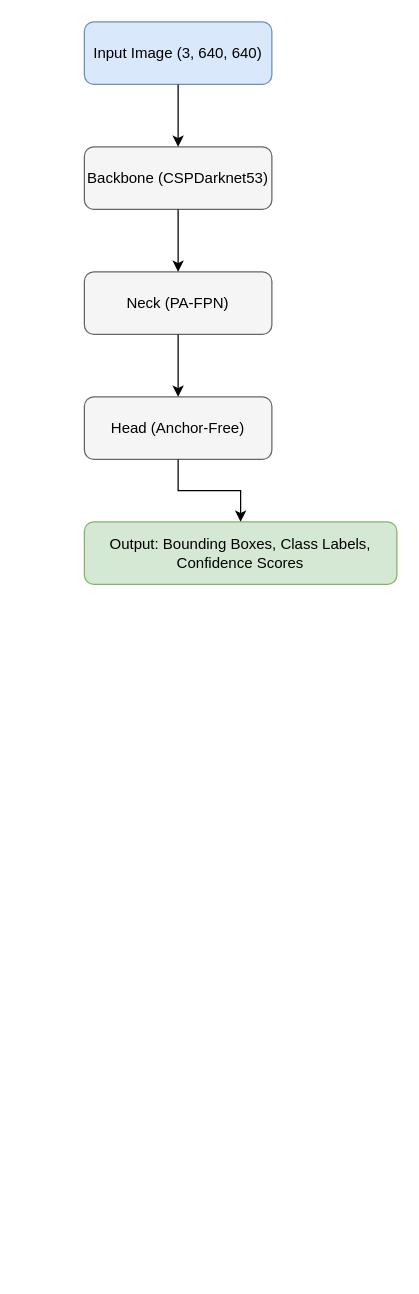
Above: YOLOv8.drawio in Mr-Blue-1/d-bule (draw.io), before the change. Source tidied: cells renumbered, new cells numbered last; positions are measured from the earlier drawing's top-left corner, leaving out a move shared by most shapes. Both pictures are drawn from the tidied source at 125%, with x=0, y=0 at pixel (84, 21).
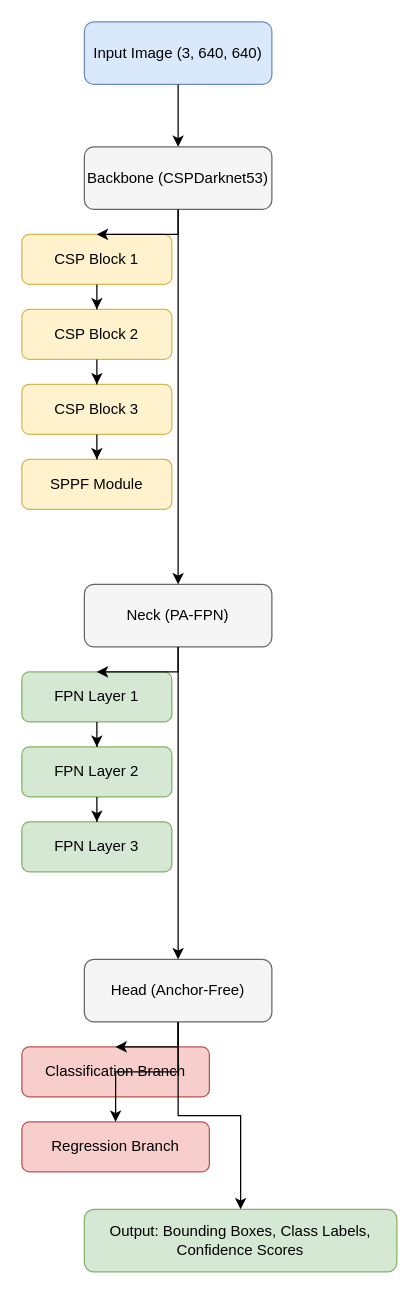
Above is the later version.

The change refers to these unchanged cells:
```xml
<mxCell id="3" value="Backbone (CSPDarknet53)" style="rounded=1;whiteSpace=wrap;html=1;fillColor=#f5f5f5;strokeColor=#666666;" parent="1" vertex="1">
  <mxGeometry y="100" width="150" height="50" as="geometry" />
</mxCell>
```

What changed in the source:
```diff
@@
+    <mxCell id="11" value="CSP Block 1" style="rounded=1;whiteSpace=wrap;html=1;fillColor=#fff2cc;strokeColor=#d6b656;" parent="1" vertex="1">
+      <mxGeometry x="-50" y="170" width="120" height="40" as="geometry" />
+    </mxCell>
+    <mxCell id="12" value="CSP Block 2" style="rounded=1;whiteSpace=wrap;html=1;fillColor=#fff2cc;strokeColor=#d6b656;" parent="1" vertex="1">
+      <mxGeometry x="-50" y="230" width="120" height="40" as="geometry" />
+    </mxCell>
+    <mxCell id="13" value="CSP Block 3" style="rounded=1;whiteSpace=wrap;html=1;fillColor=#fff2cc;strokeColor=#d6b656;" parent="1" vertex="1">
+      <mxGeometry x="-50" y="290" width="120" height="40" as="geometry" />
+    </mxCell>
+    <mxCell id="14" value="SPPF Module" style="rounded=1;whiteSpace=wrap;html=1;fillColor=#fff2cc;strokeColor=#d6b656;" parent="1" vertex="1">
+      <mxGeometry x="-50" y="350" width="120" height="40" as="geometry" />
+    </mxCell>
     <mxCell id="4" value="Neck (PA-FPN)" style="rounded=1;whiteSpace=wrap;html=1;fillColor=#f5f5f5;strokeColor=#666666;" parent="1" vertex="1">
-      <mxGeometry y="200" width="150" height="50" as="geometry" />
+      <mxGeometry y="450" width="150" height="50" as="geometry" />
     </mxCell>
+    <mxCell id="15" value="FPN Layer 1" style="rounded=1;whiteSpace=wrap;html=1;fillColor=#d5e8d4;strokeColor=#82b366;" parent="1" vertex="1">
+      <mxGeometry x="-50" y="520" width="120" height="40" as="geometry" />
+    </mxCell>
+    <mxCell id="16" value="FPN Layer 2" style="rounded=1;whiteSpace=wrap;html=1;fillColor=#d5e8d4;strokeColor=#82b366;" parent="1" vertex="1">
+      <mxGeometry x="-50" y="580" width="120" height="40" as="geometry" />
+    </mxCell>
+    <mxCell id="17" value="FPN Layer 3" style="rounded=1;whiteSpace=wrap;html=1;fillColor=#d5e8d4;strokeColor=#82b366;" parent="1" vertex="1">
+      <mxGeometry x="-50" y="640" width="120" height="40" as="geometry" />
+    </mxCell>
     <mxCell id="5" value="Head (Anchor-Free)" style="rounded=1;whiteSpace=wrap;html=1;fillColor=#f5f5f5;strokeColor=#666666;" parent="1" vertex="1">
-      <mxGeometry y="300" width="150" height="50" as="geometry" />
+      <mxGeometry y="750" width="150" height="50" as="geometry" />
     </mxCell>
+    <mxCell id="18" value="Classification Branch" style="rounded=1;whiteSpace=wrap;html=1;fillColor=#f8cecc;strokeColor=#b85450;" parent="1" vertex="1">
+      <mxGeometry x="-50" y="820" width="150" height="40" as="geometry" />
+    </mxCell>
+    <mxCell id="19" value="Regression Branch" style="rounded=1;whiteSpace=wrap;html=1;fillColor=#f8cecc;strokeColor=#b85450;" parent="1" vertex="1">
+      <mxGeometry x="-50" y="880" width="150" height="40" as="geometry" />
+    </mxCell>
     <mxCell id="6" value="Output: Bounding Boxes, Class Labels, Confidence Scores" style="rounded=1;whiteSpace=wrap;html=1;fillColor=#d5e8d4;strokeColor=#82b366;" parent="1" vertex="1">
-      <mxGeometry y="400" width="250" height="50" as="geometry" />
+      <mxGeometry y="950" width="250" height="50" as="geometry" />
     </mxCell>
@@
+    <mxCell id="20" style="edgeStyle=orthogonalEdgeStyle;rounded=0;jettySize=auto;html=1;" parent="1" edge="1" source="3" target="11">
+      <mxGeometry relative="1" as="geometry" />
+    </mxCell>
+    <mxCell id="21" style="edgeStyle=orthogonalEdgeStyle;rounded=0;jettySize=auto;html=1;" parent="1" edge="1" source="11" target="12">
+      <mxGeometry relative="1" as="geometry" />
+    </mxCell>
+    <mxCell id="22" style="edgeStyle=orthogonalEdgeStyle;rounded=0;jettySize=auto;html=1;" parent="1" edge="1" source="12" target="13">
+      <mxGeometry relative="1" as="geometry" />
+    </mxCell>
+    <mxCell id="23" style="edgeStyle=orthogonalEdgeStyle;rounded=0;jettySize=auto;html=1;" parent="1" edge="1" source="13" target="14">
+      <mxGeometry relative="1" as="geometry" />
+    </mxCell>
+    <mxCell id="24" style="edgeStyle=orthogonalEdgeStyle;rounded=0;jettySize=auto;html=1;" parent="1" edge="1" source="4" target="15">
+      <mxGeometry relative="1" as="geometry" />
+    </mxCell>
+    <mxCell id="25" style="edgeStyle=orthogonalEdgeStyle;rounded=0;jettySize=auto;html=1;" parent="1" edge="1" source="15" target="16">
+      <mxGeometry relative="1" as="geometry" />
+    </mxCell>
+    <mxCell id="26" style="edgeStyle=orthogonalEdgeStyle;rounded=0;jettySize=auto;html=1;" parent="1" edge="1" source="16" target="17">
+      <mxGeometry relative="1" as="geometry" />
+    </mxCell>
+    <mxCell id="27" style="edgeStyle=orthogonalEdgeStyle;rounded=0;jettySize=auto;html=1;" parent="1" edge="1" source="5" target="18">
+      <mxGeometry relative="1" as="geometry" />
+    </mxCell>
+    <mxCell id="28" style="edgeStyle=orthogonalEdgeStyle;rounded=0;jettySize=auto;html=1;" parent="1" edge="1" source="5" target="19">
+      <mxGeometry relative="1" as="geometry" />
+    </mxCell>
```
